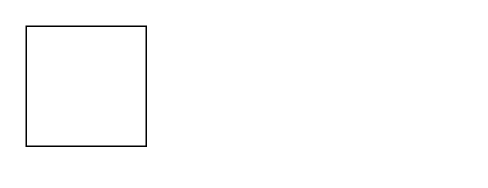
Above: 未命名绘图.drawio in Qianfane/Blog (draw.io), before the change. Source tidied: cells renumbered, new cells numbered last; positions are measured from the earlier drawing's top-left corner, leaving out a move shared by most shapes. Both pictures are drawn from the tidied source at 150%, with x=0, y=0 at pixel (26, 26).
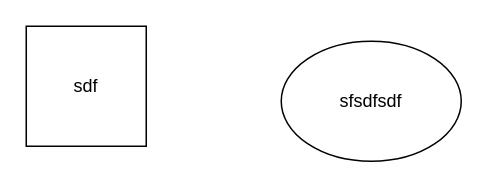
After the change.

Commit message (it also covers changes not shown here):
更新未命名绘图.drawio

Diff of the diagram source:
```diff
@@
 <mxGraphModel>
   <root>
     <mxCell id="0" />
     <mxCell id="1" parent="0" />
-    <mxCell id="2" style="whiteSpace=wrap;html=1;" parent="1" vertex="1">
+    <mxCell id="2" value="sdf" style="whiteSpace=wrap;html=1;" parent="1" vertex="1">
       <mxGeometry width="80" height="80" as="geometry" />
     </mxCell>
+    <mxCell id="3" value="sfsdfsdf" style="ellipse;whiteSpace=wrap;html=1;" parent="1" vertex="1">
+      <mxGeometry x="170" y="10" width="120" height="80" as="geometry" />
+    </mxCell>
   </root>
 </mxGraphModel>
```
